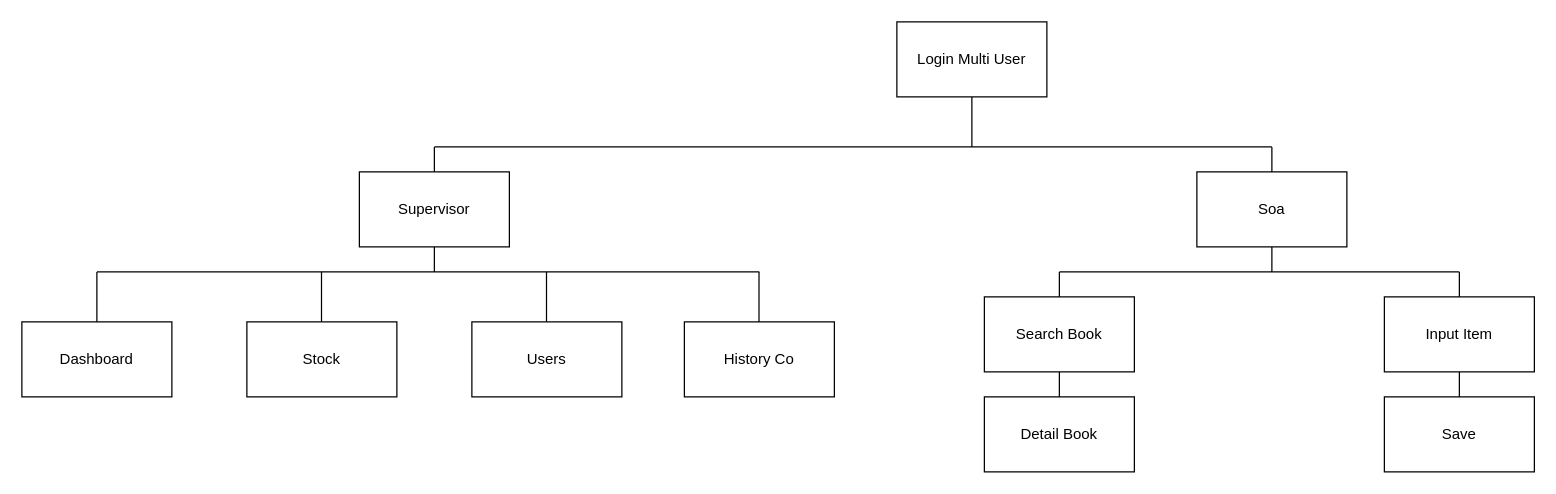
This is page "Halaman-1" (1 of 6) of warehouse.drawio from FahmiAprian/tes, a draw.io file, before an edit. Source tidied: cells renumbered, new cells numbered last; positions are measured from the earlier drawing's top-left corner, leaving out a move shared by most shapes. Both pictures are drawn from the tidied source at 125%, with x=0, y=0 at pixel (21, 21).
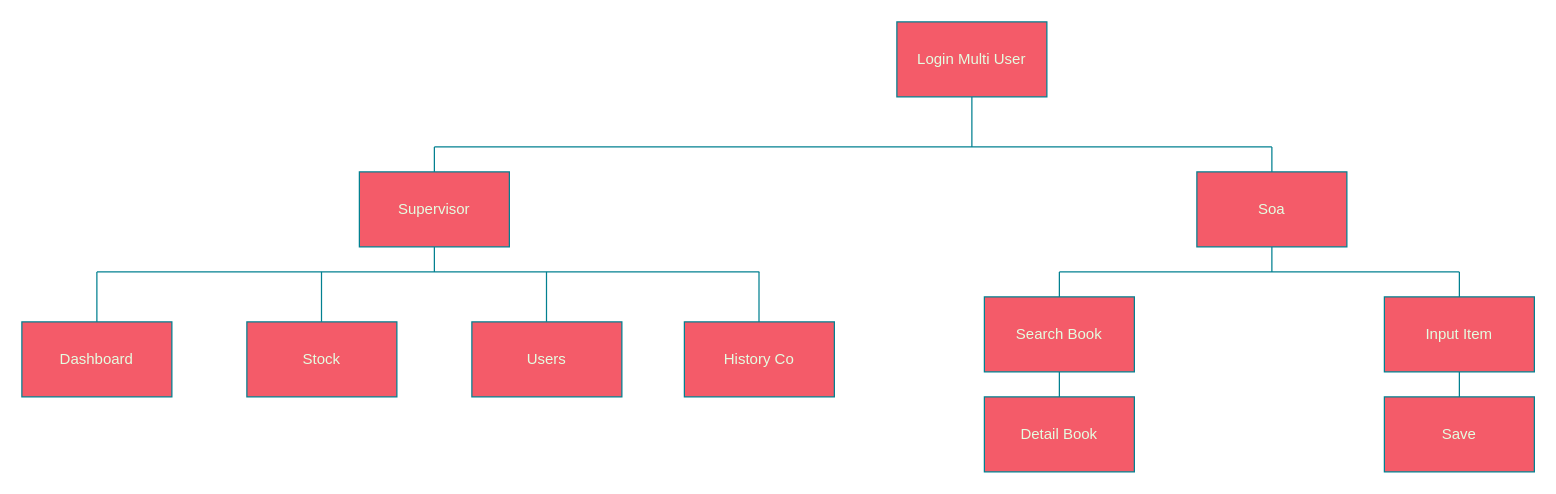
Above is the later version.

Change to the diagram source:
```diff
@@
-    <mxCell id="2" value="Login Multi User" style="rounded=0;whiteSpace=wrap;html=1;" parent="1" vertex="1">
+    <mxCell id="2" value="Login Multi User" style="rounded=0;whiteSpace=wrap;html=1;labelBackgroundColor=none;fillColor=#F45B69;strokeColor=#028090;fontColor=#E4FDE1;" parent="1" vertex="1">
       <mxGeometry x="700" width="120" height="60" as="geometry" />
     </mxCell>
-    <mxCell id="3" value="Supervisor" style="rounded=0;whiteSpace=wrap;html=1;" parent="1" vertex="1">
+    <mxCell id="3" value="Supervisor" style="rounded=0;whiteSpace=wrap;html=1;labelBackgroundColor=none;fillColor=#F45B69;strokeColor=#028090;fontColor=#E4FDE1;" parent="1" vertex="1">
       <mxGeometry x="270" y="120" width="120" height="60" as="geometry" />
     </mxCell>
-    <mxCell id="4" style="endArrow=none;html=1;rounded=0;entryX=0.5;entryY=1;entryDx=0;entryDy=0;" parent="1" edge="1" target="2">
+    <mxCell id="4" style="endArrow=none;html=1;rounded=0;entryX=0.5;entryY=1;entryDx=0;entryDy=0;labelBackgroundColor=none;strokeColor=#028090;fontColor=default;" parent="1" edge="1" target="2">
       <mxGeometry relative="1" as="geometry">
         <mxPoint x="760" y="100" as="sourcePoint" />
       </mxGeometry>
     </mxCell>
-    <mxCell id="5" style="endArrow=none;html=1;rounded=0;exitX=0.5;exitY=0;exitDx=0;exitDy=0;" parent="1" edge="1" source="3">
+    <mxCell id="5" style="endArrow=none;html=1;rounded=0;exitX=0.5;exitY=0;exitDx=0;exitDy=0;labelBackgroundColor=none;strokeColor=#028090;fontColor=default;" parent="1" edge="1" source="3">
       <mxGeometry relative="1" as="geometry">
         <mxPoint x="330" y="100" as="targetPoint" />
       </mxGeometry>
     </mxCell>
-    <mxCell id="6" style="endArrow=none;html=1;rounded=0;" parent="1" edge="1">
+    <mxCell id="6" style="endArrow=none;html=1;rounded=0;labelBackgroundColor=none;strokeColor=#028090;fontColor=default;" parent="1" edge="1">
       <mxGeometry relative="1" as="geometry">
         <mxPoint x="330" y="100" as="sourcePoint" />
         <mxPoint x="1000" y="100" as="targetPoint" />
       </mxGeometry>
     </mxCell>
-    <mxCell id="7" value="Soa" style="rounded=0;whiteSpace=wrap;html=1;" parent="1" vertex="1">
+    <mxCell id="7" value="Soa" style="rounded=0;whiteSpace=wrap;html=1;labelBackgroundColor=none;fillColor=#F45B69;strokeColor=#028090;fontColor=#E4FDE1;" parent="1" vertex="1">
       <mxGeometry x="940" y="120" width="120" height="60" as="geometry" />
     </mxCell>
-    <mxCell id="8" style="endArrow=none;html=1;rounded=0;exitX=0.5;exitY=0;exitDx=0;exitDy=0;" parent="1" edge="1" source="7">
+    <mxCell id="8" style="endArrow=none;html=1;rounded=0;exitX=0.5;exitY=0;exitDx=0;exitDy=0;labelBackgroundColor=none;strokeColor=#028090;fontColor=default;" parent="1" edge="1" source="7">
       <mxGeometry relative="1" as="geometry">
         <mxPoint x="1000" y="100" as="targetPoint" />
       </mxGeometry>
     </mxCell>
-    <mxCell id="9" value="Dashboard" style="rounded=0;whiteSpace=wrap;html=1;" parent="1" vertex="1">
+    <mxCell id="9" value="Dashboard" style="rounded=0;whiteSpace=wrap;html=1;labelBackgroundColor=none;fillColor=#F45B69;strokeColor=#028090;fontColor=#E4FDE1;" parent="1" vertex="1">
       <mxGeometry y="240" width="120" height="60" as="geometry" />
     </mxCell>
-    <mxCell id="10" value="Stock" style="rounded=0;whiteSpace=wrap;html=1;" parent="1" vertex="1">
+    <mxCell id="10" value="Stock" style="rounded=0;whiteSpace=wrap;html=1;labelBackgroundColor=none;fillColor=#F45B69;strokeColor=#028090;fontColor=#E4FDE1;" parent="1" vertex="1">
       <mxGeometry x="180" y="240" width="120" height="60" as="geometry" />
     </mxCell>
-    <mxCell id="11" value="Users" style="rounded=0;whiteSpace=wrap;html=1;" parent="1" vertex="1">
+    <mxCell id="11" value="Users" style="rounded=0;whiteSpace=wrap;html=1;labelBackgroundColor=none;fillColor=#F45B69;strokeColor=#028090;fontColor=#E4FDE1;" parent="1" vertex="1">
       <mxGeometry x="360" y="240" width="120" height="60" as="geometry" />
     </mxCell>
-    <mxCell id="12" value="History Co" style="rounded=0;whiteSpace=wrap;html=1;" parent="1" vertex="1">
+    <mxCell id="12" value="History Co" style="rounded=0;whiteSpace=wrap;html=1;labelBackgroundColor=none;fillColor=#F45B69;strokeColor=#028090;fontColor=#E4FDE1;" parent="1" vertex="1">
       <mxGeometry x="530" y="240" width="120" height="60" as="geometry" />
     </mxCell>
-    <mxCell id="13" style="endArrow=none;html=1;rounded=0;entryX=0.5;entryY=1;entryDx=0;entryDy=0;" parent="1" edge="1" target="3">
+    <mxCell id="13" style="endArrow=none;html=1;rounded=0;entryX=0.5;entryY=1;entryDx=0;entryDy=0;labelBackgroundColor=none;strokeColor=#028090;fontColor=default;" parent="1" edge="1" target="3">
       <mxGeometry relative="1" as="geometry">
         <mxPoint x="330" y="200" as="sourcePoint" />
       </mxGeometry>
     </mxCell>
-    <mxCell id="14" style="endArrow=none;html=1;rounded=0;exitX=0.5;exitY=0;exitDx=0;exitDy=0;" parent="1" edge="1" source="9">
+    <mxCell id="14" style="endArrow=none;html=1;rounded=0;exitX=0.5;exitY=0;exitDx=0;exitDy=0;labelBackgroundColor=none;strokeColor=#028090;fontColor=default;" parent="1" edge="1" source="9">
       <mxGeometry relative="1" as="geometry">
         <mxPoint x="60" y="200" as="targetPoint" />
       </mxGeometry>
     </mxCell>
-    <mxCell id="15" style="endArrow=none;html=1;rounded=0;exitX=0.5;exitY=0;exitDx=0;exitDy=0;" parent="1" edge="1">
+    <mxCell id="15" style="endArrow=none;html=1;rounded=0;exitX=0.5;exitY=0;exitDx=0;exitDy=0;labelBackgroundColor=none;strokeColor=#028090;fontColor=default;" parent="1" edge="1">
       <mxGeometry relative="1" as="geometry">
         <mxPoint x="239.7" y="240" as="sourcePoint" />
         <mxPoint x="239.7" y="200" as="targetPoint" />
       </mxGeometry>
     </mxCell>
-    <mxCell id="16" style="endArrow=none;html=1;rounded=0;exitX=0.5;exitY=0;exitDx=0;exitDy=0;" parent="1" edge="1">
+    <mxCell id="16" style="endArrow=none;html=1;rounded=0;exitX=0.5;exitY=0;exitDx=0;exitDy=0;labelBackgroundColor=none;strokeColor=#028090;fontColor=default;" parent="1" edge="1">
       <mxGeometry relative="1" as="geometry">
         <mxPoint x="419.7" y="240" as="sourcePoint" />
         <mxPoint x="419.7" y="200" as="targetPoint" />
       </mxGeometry>
     </mxCell>
-    <mxCell id="17" style="endArrow=none;html=1;rounded=0;exitX=0.5;exitY=0;exitDx=0;exitDy=0;" parent="1" edge="1">
+    <mxCell id="17" style="endArrow=none;html=1;rounded=0;exitX=0.5;exitY=0;exitDx=0;exitDy=0;labelBackgroundColor=none;strokeColor=#028090;fontColor=default;" parent="1" edge="1">
       <mxGeometry relative="1" as="geometry">
         <mxPoint x="589.7" y="240" as="sourcePoint" />
         <mxPoint x="589.7" y="200" as="targetPoint" />
       </mxGeometry>
     </mxCell>
-    <mxCell id="18" style="endArrow=none;html=1;rounded=0;" parent="1" edge="1">
+    <mxCell id="18" style="endArrow=none;html=1;rounded=0;labelBackgroundColor=none;strokeColor=#028090;fontColor=default;" parent="1" edge="1">
       <mxGeometry relative="1" as="geometry">
         <mxPoint x="60" y="200" as="sourcePoint" />
         <mxPoint x="590" y="200" as="targetPoint" />
       </mxGeometry>
     </mxCell>
-    <mxCell id="19" style="endArrow=none;html=1;rounded=0;entryX=0.5;entryY=1;entryDx=0;entryDy=0;" parent="1" edge="1">
+    <mxCell id="19" style="endArrow=none;html=1;rounded=0;entryX=0.5;entryY=1;entryDx=0;entryDy=0;labelBackgroundColor=none;strokeColor=#028090;fontColor=default;" parent="1" edge="1">
       <mxGeometry relative="1" as="geometry">
         <mxPoint x="1150" y="220" as="sourcePoint" />
         <mxPoint x="1150" y="200" as="targetPoint" />
       </mxGeometry>
     </mxCell>
-    <mxCell id="20" value="Input Item" style="rounded=0;whiteSpace=wrap;html=1;" parent="1" vertex="1">
+    <mxCell id="20" value="Input Item" style="rounded=0;whiteSpace=wrap;html=1;labelBackgroundColor=none;fillColor=#F45B69;strokeColor=#028090;fontColor=#E4FDE1;" parent="1" vertex="1">
       <mxGeometry x="1090" y="220" width="120" height="60" as="geometry" />
     </mxCell>
-    <mxCell id="21" style="endArrow=none;html=1;rounded=0;entryX=0.5;entryY=1;entryDx=0;entryDy=0;" parent="1" edge="1">
+    <mxCell id="21" style="endArrow=none;html=1;rounded=0;entryX=0.5;entryY=1;entryDx=0;entryDy=0;labelBackgroundColor=none;strokeColor=#028090;fontColor=default;" parent="1" edge="1">
       <mxGeometry relative="1" as="geometry">
         <mxPoint x="1150" y="300" as="sourcePoint" />
         <mxPoint x="1150" y="280" as="targetPoint" />
       </mxGeometry>
     </mxCell>
-    <mxCell id="22" value="Save" style="rounded=0;whiteSpace=wrap;html=1;" parent="1" vertex="1">
+    <mxCell id="22" value="Save" style="rounded=0;whiteSpace=wrap;html=1;labelBackgroundColor=none;fillColor=#F45B69;strokeColor=#028090;fontColor=#E4FDE1;" parent="1" vertex="1">
       <mxGeometry x="1090" y="300" width="120" height="60" as="geometry" />
     </mxCell>
-    <mxCell id="23" style="endArrow=none;html=1;rounded=0;entryX=0.5;entryY=1;entryDx=0;entryDy=0;" parent="1" edge="1">
+    <mxCell id="23" style="endArrow=none;html=1;rounded=0;entryX=0.5;entryY=1;entryDx=0;entryDy=0;labelBackgroundColor=none;strokeColor=#028090;fontColor=default;" parent="1" edge="1">
       <mxGeometry relative="1" as="geometry">
         <mxPoint x="830" y="220" as="sourcePoint" />
         <mxPoint x="830" y="200" as="targetPoint" />
       </mxGeometry>
     </mxCell>
-    <mxCell id="24" value="Search Book" style="rounded=0;whiteSpace=wrap;html=1;" parent="1" vertex="1">
+    <mxCell id="24" value="Search Book" style="rounded=0;whiteSpace=wrap;html=1;labelBackgroundColor=none;fillColor=#F45B69;strokeColor=#028090;fontColor=#E4FDE1;" parent="1" vertex="1">
       <mxGeometry x="770" y="220" width="120" height="60" as="geometry" />
     </mxCell>
-    <mxCell id="25" style="endArrow=none;html=1;rounded=0;entryX=0.5;entryY=1;entryDx=0;entryDy=0;" parent="1" edge="1">
+    <mxCell id="25" style="endArrow=none;html=1;rounded=0;entryX=0.5;entryY=1;entryDx=0;entryDy=0;labelBackgroundColor=none;strokeColor=#028090;fontColor=default;" parent="1" edge="1">
       <mxGeometry relative="1" as="geometry">
         <mxPoint x="830" y="300" as="sourcePoint" />
         <mxPoint x="830" y="280" as="targetPoint" />
       </mxGeometry>
     </mxCell>
-    <mxCell id="26" value="Detail Book" style="rounded=0;whiteSpace=wrap;html=1;" parent="1" vertex="1">
+    <mxCell id="26" value="Detail Book" style="rounded=0;whiteSpace=wrap;html=1;labelBackgroundColor=none;fillColor=#F45B69;strokeColor=#028090;fontColor=#E4FDE1;" parent="1" vertex="1">
       <mxGeometry x="770" y="300" width="120" height="60" as="geometry" />
     </mxCell>
-    <mxCell id="27" style="endArrow=none;html=1;rounded=0;" parent="1" edge="1">
+    <mxCell id="27" style="endArrow=none;html=1;rounded=0;labelBackgroundColor=none;strokeColor=#028090;fontColor=default;" parent="1" edge="1">
       <mxGeometry relative="1" as="geometry">
         <mxPoint x="830" y="200" as="sourcePoint" />
         <mxPoint x="1150" y="200" as="targetPoint" />
       </mxGeometry>
     </mxCell>
-    <mxCell id="28" style="endArrow=none;html=1;rounded=0;entryX=0.5;entryY=1;entryDx=0;entryDy=0;" parent="1" edge="1" target="7">
+    <mxCell id="28" style="endArrow=none;html=1;rounded=0;entryX=0.5;entryY=1;entryDx=0;entryDy=0;labelBackgroundColor=none;strokeColor=#028090;fontColor=default;" parent="1" edge="1" target="7">
       <mxGeometry relative="1" as="geometry">
         <mxPoint x="1000" y="200" as="sourcePoint" />
       </mxGeometry>
     </mxCell>
```
